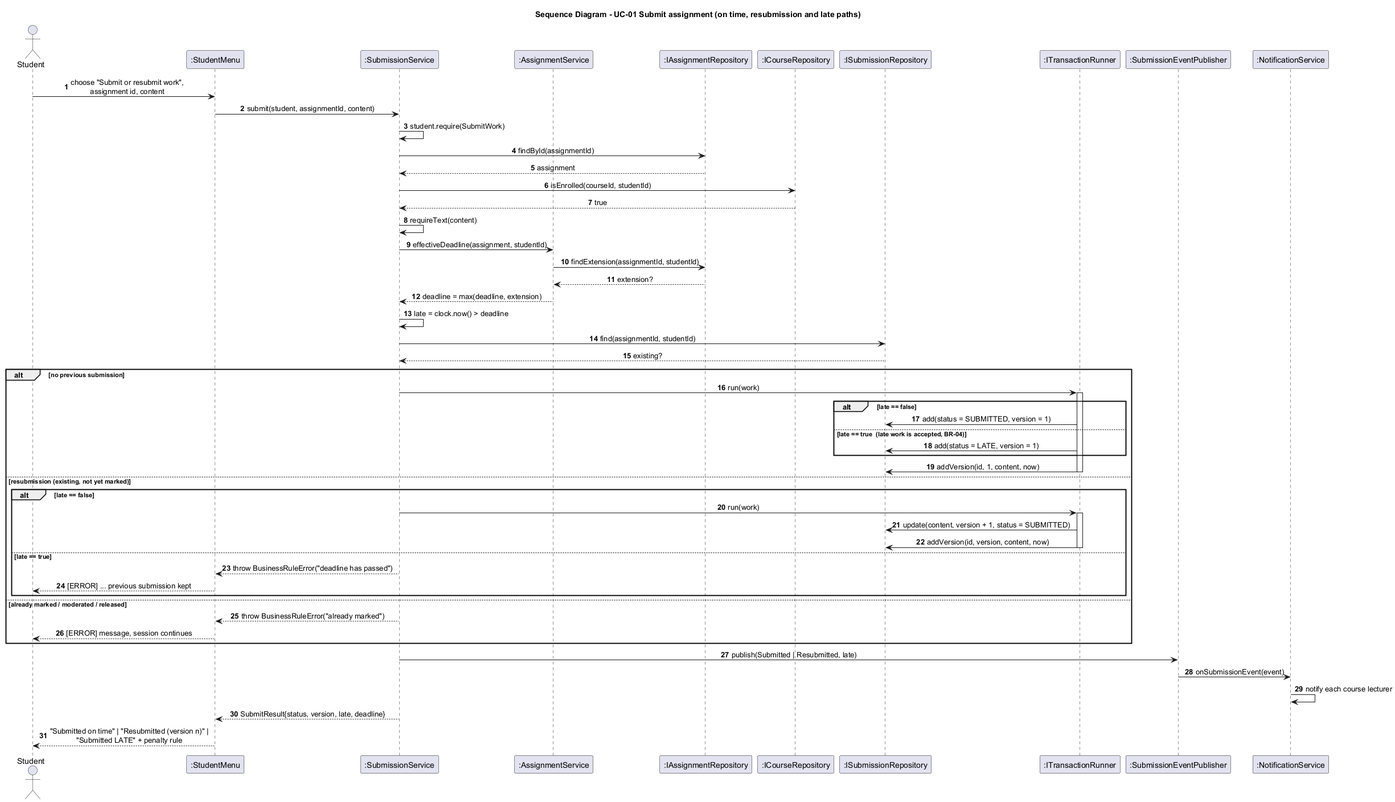
Before: docs/diagrams/rendered/sequence-submit-assignment.png, a diagram exported from PlantUML (victormonyekem02-sudo/Edu-Management-System).
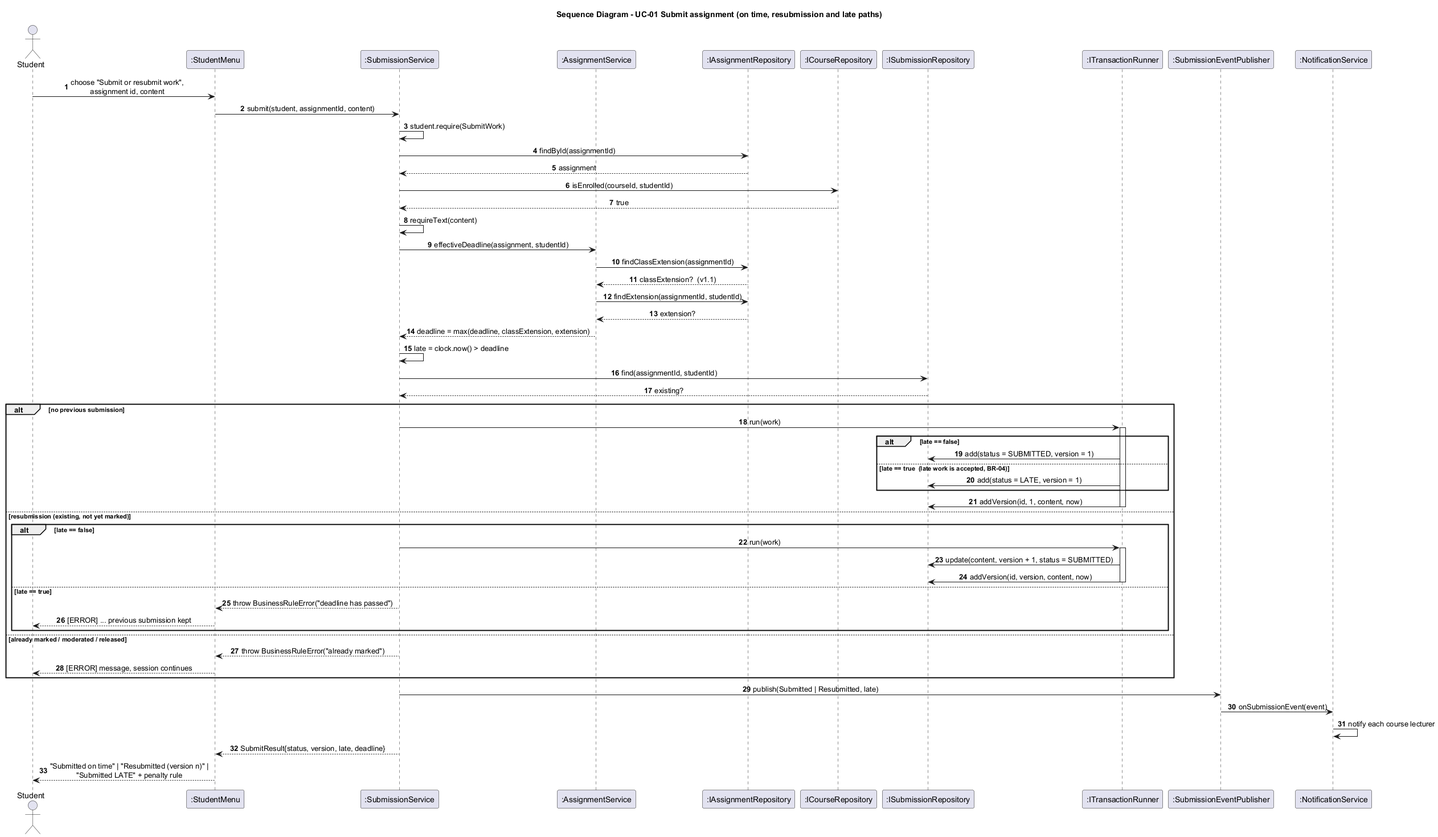
The same file after the commit.

Diff of the diagram source:
```diff
@@ -22,9 +22,11 @@
 CR --> SS : true
 SS -> SS : requireText(content)
 SS -> AS : effectiveDeadline(assignment, studentId)
+AS -> AR : findClassExtension(assignmentId)
+AR --> AS : classExtension?  (v1.1)
 AS -> AR : findExtension(assignmentId, studentId)
 AR --> AS : extension?
-AS --> SS : deadline = max(deadline, extension)
+AS --> SS : deadline = max(deadline, classExtension, extension)
 SS -> SS : late = clock.now() > deadline
 SS -> SR : find(assignmentId, studentId)
 SR --> SS : existing?
```
